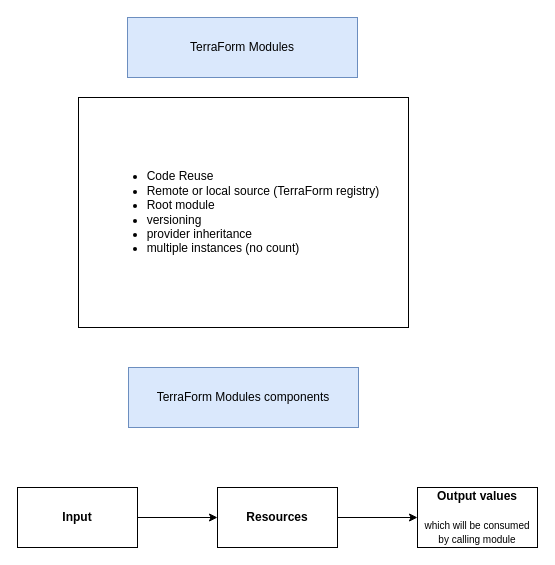
Before: page "16 - Modules" (17 of 17) of Terraform.drawio in rikkhanna/Draw.io, a draw.io diagram. Source tidied: cells renumbered, new cells numbered last; positions are measured from the earlier drawing's top-left corner, leaving out a move shared by most shapes. Both pictures are drawn from the tidied source at 100%, with x=0, y=0 at pixel (17, 17).
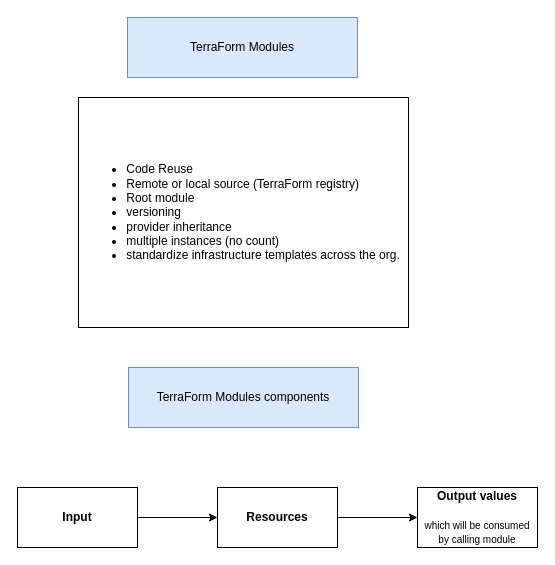
After the change.

Commit message (it also covers changes not shown here):
updated terraform from laptop

Diff of the diagram source:
```diff
@@
 <mxGraphModel>
   <root>
     <mxCell id="0" />
     <mxCell id="1" parent="0" />
     <mxCell id="2" value="TerraForm Modules" style="rounded=0;whiteSpace=wrap;html=1;fillColor=#dae8fc;strokeColor=#6c8ebf;" parent="1" vertex="1">
       <mxGeometry x="110" width="230" height="60" as="geometry" />
     </mxCell>
-    <mxCell id="3" value="&lt;div style=&quot;text-align: left&quot;&gt;&lt;ul&gt;&lt;li&gt;&lt;span&gt;Code Reuse&lt;/span&gt;&lt;/li&gt;&lt;li&gt;&lt;span&gt;Remote or local source (TerraForm registry)&lt;/span&gt;&lt;/li&gt;&lt;li&gt;&lt;span&gt;Root module&lt;/span&gt;&lt;/li&gt;&lt;li&gt;&lt;span&gt;versioning&lt;/span&gt;&lt;/li&gt;&lt;li&gt;&lt;span&gt;provider inheritance&lt;/span&gt;&lt;/li&gt;&lt;li&gt;&lt;span&gt;multiple instances (no count)&lt;/span&gt;&lt;/li&gt;&lt;/ul&gt;&lt;/div&gt;" style="rounded=0;whiteSpace=wrap;html=1;" parent="1" vertex="1">
+    <mxCell id="3" value="&lt;div style=&quot;text-align: left&quot;&gt;&lt;ul&gt;&lt;li&gt;&lt;span&gt;Code Reuse&lt;/span&gt;&lt;/li&gt;&lt;li&gt;&lt;span&gt;Remote or local source (TerraForm registry)&lt;/span&gt;&lt;/li&gt;&lt;li&gt;&lt;span&gt;Root module&lt;/span&gt;&lt;/li&gt;&lt;li&gt;&lt;span&gt;versioning&lt;/span&gt;&lt;/li&gt;&lt;li&gt;&lt;span&gt;provider inheritance&lt;/span&gt;&lt;/li&gt;&lt;li&gt;&lt;span&gt;multiple instances (no count)&lt;/span&gt;&lt;/li&gt;&lt;li&gt;&lt;span&gt;standardize infrastructure templates across the org.&lt;/span&gt;&lt;/li&gt;&lt;/ul&gt;&lt;/div&gt;" style="rounded=0;whiteSpace=wrap;html=1;" parent="1" vertex="1">
       <mxGeometry x="61" y="80" width="330" height="230" as="geometry" />
     </mxCell>
     <mxCell id="4" value="TerraForm Modules components" style="rounded=0;whiteSpace=wrap;html=1;fillColor=#dae8fc;strokeColor=#6c8ebf;" parent="1" vertex="1">
       <mxGeometry x="111" y="350" width="230" height="60" as="geometry" />
     </mxCell>
     <mxCell id="5" style="edgeStyle=orthogonalEdgeStyle;rounded=0;jettySize=auto;html=1;" parent="1" edge="1" source="6" target="8">
       <mxGeometry relative="1" as="geometry" />
     </mxCell>
     <mxCell id="6" value="&lt;b&gt;Input&lt;/b&gt;" style="rounded=0;whiteSpace=wrap;html=1;" parent="1" vertex="1">
       <mxGeometry y="470" width="120" height="60" as="geometry" />
     </mxCell>
     <mxCell id="7" style="edgeStyle=orthogonalEdgeStyle;rounded=0;jettySize=auto;html=1;" parent="1" edge="1" source="8" target="9">
       <mxGeometry relative="1" as="geometry" />
     </mxCell>
     <mxCell id="8" value="&lt;b&gt;Resources&lt;/b&gt;" style="rounded=0;whiteSpace=wrap;html=1;" parent="1" vertex="1">
       <mxGeometry x="200" y="470" width="120" height="60" as="geometry" />
     </mxCell>
     <mxCell id="9" value="&lt;b&gt;Output values&lt;/b&gt;&lt;br&gt;&lt;br&gt;&lt;font style=&quot;font-size: 10px&quot;&gt;which will be consumed by calling module&lt;/font&gt;" style="rounded=0;whiteSpace=wrap;html=1;" parent="1" vertex="1">
       <mxGeometry x="400" y="470" width="120" height="60" as="geometry" />
     </mxCell>
   </root>
 </mxGraphModel>
```
